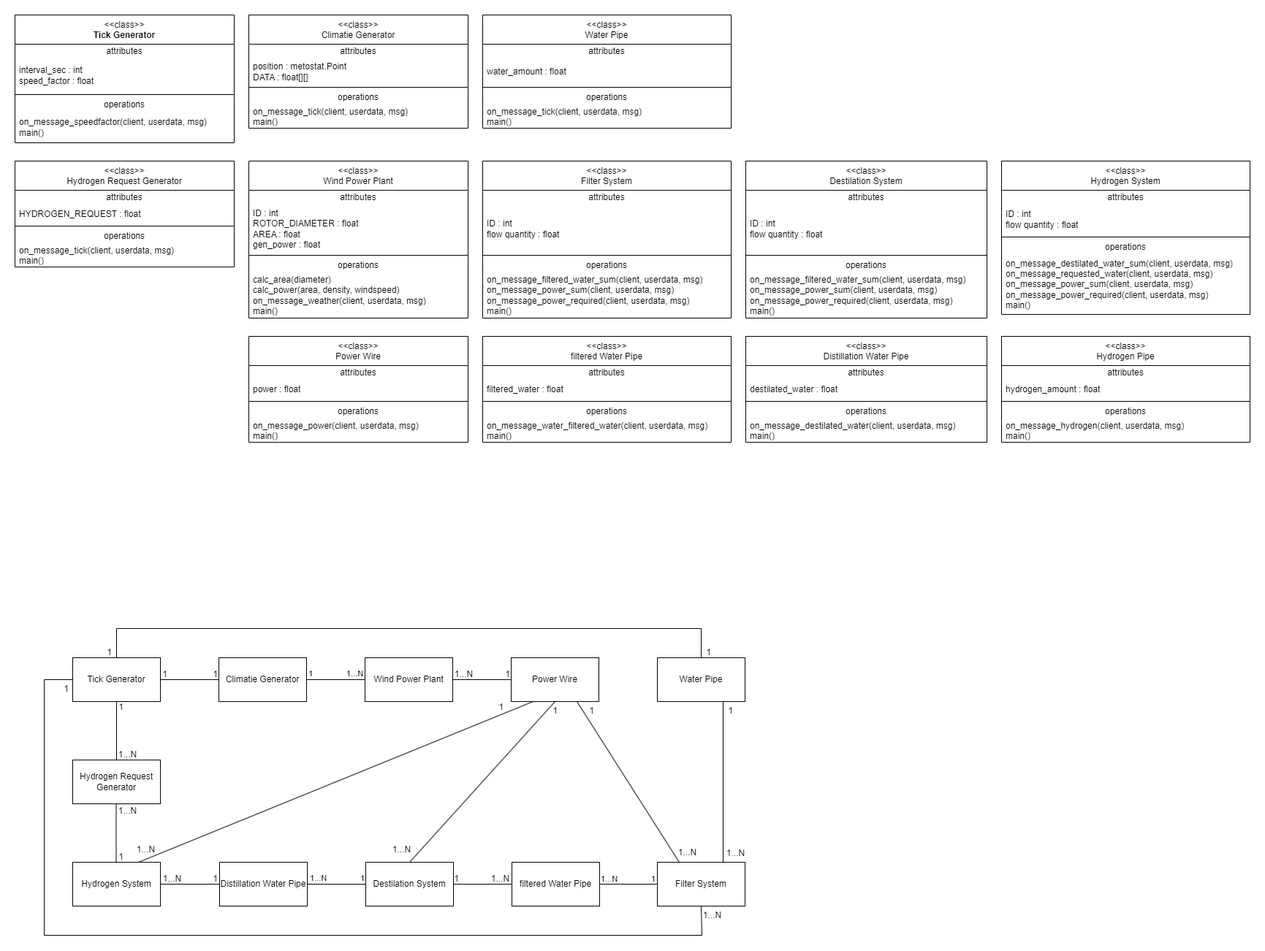
Above: docs/Hydrogen_Information_Diagramm_v1.png in tommyx5/WasserstoffCPSP (draw.io), before the change. Source tidied: cells renumbered, new cells last; positions are measured from the earlier drawing's top-left corner, leaving out a move shared by most shapes.
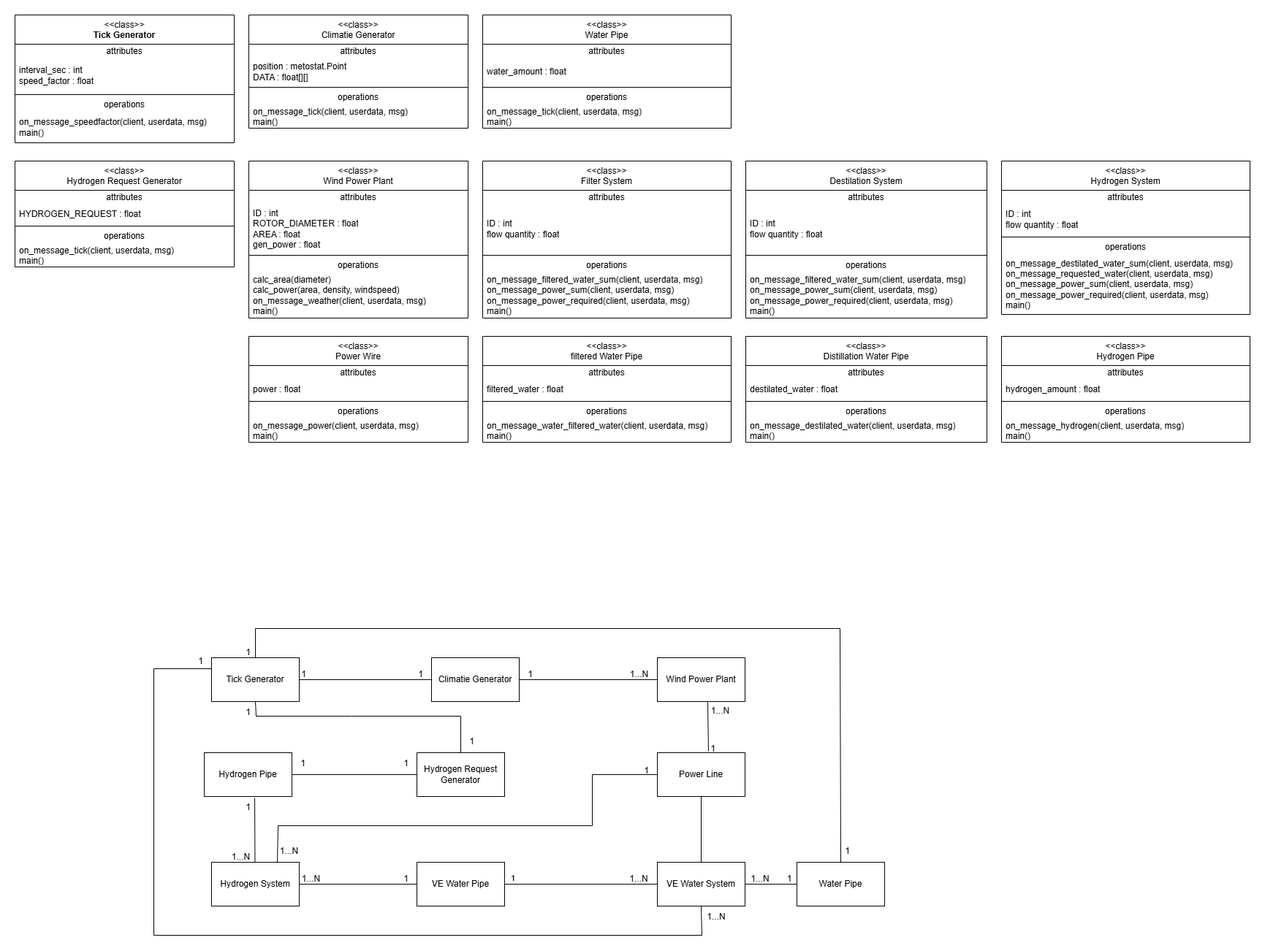
After the change.

Change to the diagram source:
```diff
@@ -201,84 +201,69 @@
       <mxGeometry y="128" width="340" height="82" as="geometry" />
     </mxCell>
     <mxCell id="68" value="Tick Generator" style="rounded=0;whiteSpace=wrap;html=1;" parent="1" vertex="1">
-      <mxGeometry x="79" y="880" width="120" height="60" as="geometry" />
+      <mxGeometry x="269" y="880" width="120" height="60" as="geometry" />
     </mxCell>
     <mxCell id="69" value="Climatie Generator" style="rounded=0;whiteSpace=wrap;html=1;" parent="1" vertex="1">
-      <mxGeometry x="279" y="880" width="120" height="60" as="geometry" />
+      <mxGeometry x="570" y="880" width="120" height="60" as="geometry" />
     </mxCell>
     <mxCell id="70" value="Hydrogen Request Generator" style="rounded=0;whiteSpace=wrap;html=1;" parent="1" vertex="1">
-      <mxGeometry x="79" y="1020" width="120" height="60" as="geometry" />
+      <mxGeometry x="550" y="1010" width="120" height="60" as="geometry" />
     </mxCell>
-    <mxCell id="71" value="Power Wire" style="rounded=0;whiteSpace=wrap;html=1;" parent="1" vertex="1">
-      <mxGeometry x="679" y="880" width="120" height="60" as="geometry" />
+    <mxCell id="71" value="Power Line" style="rounded=0;whiteSpace=wrap;html=1;" parent="1" vertex="1">
+      <mxGeometry x="879" y="1010" width="120" height="60" as="geometry" />
     </mxCell>
     <mxCell id="72" value="Wind Power Plant" style="rounded=0;whiteSpace=wrap;html=1;" parent="1" vertex="1">
-      <mxGeometry x="479" y="880" width="120" height="60" as="geometry" />
+      <mxGeometry x="879" y="880" width="120" height="60" as="geometry" />
     </mxCell>
     <mxCell id="73" value="Hydrogen System" style="rounded=0;whiteSpace=wrap;html=1;" parent="1" vertex="1">
-      <mxGeometry x="79" y="1160" width="120" height="60" as="geometry" />
+      <mxGeometry x="269" y="1160" width="120" height="60" as="geometry" />
     </mxCell>
     <mxCell id="74" style="endArrow=none;html=1;rounded=0;exitX=1;exitY=0.5;exitDx=0;exitDy=0;entryX=0;entryY=0.5;entryDx=0;entryDy=0;" parent="1" edge="1" source="68" target="69">
       <mxGeometry relative="1" as="geometry" />
     </mxCell>
     <mxCell id="75" value="1" style="text;html=1;align=center;verticalAlign=middle;strokeColor=none;fillColor=none;" parent="1" vertex="1">
-      <mxGeometry x="190" y="888" width="30" height="30" as="geometry" />
+      <mxGeometry x="380" y="888" width="30" height="30" as="geometry" />
     </mxCell>
     <mxCell id="76" value="1" style="text;html=1;align=center;verticalAlign=middle;strokeColor=none;fillColor=none;" parent="1" vertex="1">
-      <mxGeometry x="259" y="888" width="30" height="30" as="geometry" />
+      <mxGeometry x="540" y="888" width="30" height="30" as="geometry" />
     </mxCell>
     <mxCell id="77" style="endArrow=none;html=1;rounded=0;exitX=0.5;exitY=1;exitDx=0;exitDy=0;entryX=0.5;entryY=0;entryDx=0;entryDy=0;" parent="1" edge="1" source="68" target="70">
-      <mxGeometry relative="1" as="geometry" />
+      <mxGeometry relative="1" as="geometry">
+        <Array as="points">
+          <mxPoint x="330" y="960" />
+          <mxPoint x="460" y="960" />
+          <mxPoint x="610" y="960" />
+        </Array>
+      </mxGeometry>
     </mxCell>
-    <mxCell id="78" style="endArrow=none;html=1;rounded=0;exitX=1;exitY=0.5;exitDx=0;exitDy=0;entryX=0;entryY=0.5;entryDx=0;entryDy=0;" parent="1" edge="1" source="69" target="72">
-      <mxGeometry relative="1" as="geometry" />
-    </mxCell>
-    <mxCell id="79" value="1&amp;nbsp; &amp;nbsp; &amp;nbsp; &amp;nbsp; &amp;nbsp; &amp;nbsp; &amp;nbsp; &amp;nbsp;1...N" style="edgeLabel;html=1;align=center;verticalAlign=bottom;" parent="78" vertex="1">
-      <mxGeometry x="-0.04" relative="1" as="geometry">
-        <mxPoint x="1" as="offset" />
-      </mxGeometry>
-    </mxCell>
-    <mxCell id="80" style="endArrow=none;html=1;rounded=0;exitX=1;exitY=0.5;exitDx=0;exitDy=0;entryX=0;entryY=0.5;entryDx=0;entryDy=0;" parent="1" edge="1">
-      <mxGeometry relative="1" as="geometry">
-        <mxPoint x="599" y="910" as="sourcePoint" />
-        <mxPoint x="679" y="910" as="targetPoint" />
-      </mxGeometry>
+    <mxCell id="80" style="endArrow=none;html=1;rounded=0;exitX=0.583;exitY=-0.033;exitDx=0;exitDy=0;entryX=0.575;entryY=1.017;entryDx=0;entryDy=0;entryPerimeter=0;exitPerimeter=0;" parent="1" edge="1" source="71" target="72">
+      <mxGeometry relative="1" as="geometry" />
     </mxCell>
-    <mxCell id="81" value="1...N" style="text;html=1;align=center;verticalAlign=middle;strokeColor=none;fillColor=none;" parent="1" vertex="1">
-      <mxGeometry x="589" y="888" width="50" height="30" as="geometry" />
-    </mxCell>
     <mxCell id="82" value="1" style="text;html=1;align=center;verticalAlign=middle;strokeColor=none;fillColor=none;" parent="1" vertex="1">
-      <mxGeometry x="659" y="888" width="30" height="30" as="geometry" />
+      <mxGeometry x="849" y="1020" width="30" height="30" as="geometry" />
     </mxCell>
-    <mxCell id="83" style="endArrow=none;html=1;rounded=0;exitX=0.5;exitY=1;exitDx=0;exitDy=0;entryX=0.5;entryY=0;entryDx=0;entryDy=0;" parent="1" edge="1">
+    <mxCell id="83" style="endArrow=none;html=1;rounded=0;exitX=0.575;exitY=1.033;exitDx=0;exitDy=0;entryX=0.5;entryY=0;entryDx=0;entryDy=0;exitPerimeter=0;" parent="1" edge="1" source="133">
       <mxGeometry relative="1" as="geometry">
-        <mxPoint x="138.5" y="1080" as="sourcePoint" />
-        <mxPoint x="138.5" y="1160" as="targetPoint" />
+        <mxPoint x="328.5" y="1160" as="targetPoint" />
       </mxGeometry>
     </mxCell>
     <mxCell id="84" value="1" style="text;html=1;align=center;verticalAlign=middle;strokeColor=none;fillColor=none;" parent="1" vertex="1">
-      <mxGeometry x="130" y="933" width="30" height="30" as="geometry" />
+      <mxGeometry x="610" y="980" width="30" height="30" as="geometry" />
     </mxCell>
-    <mxCell id="85" value="1...N" style="text;html=1;align=center;verticalAlign=middle;strokeColor=none;fillColor=none;" parent="1" vertex="1">
-      <mxGeometry x="129" y="998" width="50" height="30" as="geometry" />
+    <mxCell id="85" value="1" style="text;html=1;align=center;verticalAlign=middle;strokeColor=none;fillColor=none;" parent="1" vertex="1">
+      <mxGeometry x="304" y="940" width="30" height="30" as="geometry" />
     </mxCell>
-    <mxCell id="86" value="1...N" style="text;html=1;align=center;verticalAlign=middle;strokeColor=none;fillColor=none;" parent="1" vertex="1">
-      <mxGeometry x="129" y="1075" width="50" height="30" as="geometry" />
+    <mxCell id="86" value="1" style="text;html=1;align=center;verticalAlign=middle;strokeColor=none;fillColor=none;" parent="1" vertex="1">
+      <mxGeometry x="304" y="1070" width="30" height="30" as="geometry" />
     </mxCell>
-    <mxCell id="87" value="1" style="text;html=1;align=center;verticalAlign=middle;strokeColor=none;fillColor=none;" parent="1" vertex="1">
-      <mxGeometry x="130" y="1138" width="30" height="30" as="geometry" />
+    <mxCell id="87" value="1...N" style="text;html=1;align=center;verticalAlign=middle;strokeColor=none;fillColor=none;" parent="1" vertex="1">
+      <mxGeometry x="284" y="1138" width="50" height="30" as="geometry" />
     </mxCell>
-    <mxCell id="88" value="Filter System" style="rounded=0;whiteSpace=wrap;html=1;" parent="1" vertex="1">
-      <mxGeometry x="879" y="1160" width="120" height="60" as="geometry" />
-    </mxCell>
-    <mxCell id="89" value="filtered Water Pipe" style="rounded=0;whiteSpace=wrap;html=1;" parent="1" vertex="1">
-      <mxGeometry x="680" y="1160" width="120" height="60" as="geometry" />
-    </mxCell>
-    <mxCell id="90" value="Distillation Water Pipe" style="rounded=0;whiteSpace=wrap;html=1;" parent="1" vertex="1">
-      <mxGeometry x="280" y="1160" width="120" height="60" as="geometry" />
+    <mxCell id="90" value="VE Water Pipe" style="rounded=0;whiteSpace=wrap;html=1;" parent="1" vertex="1">
+      <mxGeometry x="550" y="1160" width="120" height="60" as="geometry" />
     </mxCell>
-    <mxCell id="91" value="Destilation System" style="rounded=0;whiteSpace=wrap;html=1;" parent="1" vertex="1">
-      <mxGeometry x="480" y="1160" width="120" height="60" as="geometry" />
+    <mxCell id="91" value="VE Water System" style="rounded=0;whiteSpace=wrap;html=1;" parent="1" vertex="1">
+      <mxGeometry x="879" y="1160" width="120" height="60" as="geometry" />
     </mxCell>
     <mxCell id="92" style="endArrow=none;html=1;rounded=0;exitX=1;exitY=0.5;exitDx=0;exitDy=0;entryX=0;entryY=0.5;entryDx=0;entryDy=0;" parent="1" edge="1" source="73" target="90">
       <mxGeometry relative="1" as="geometry" />
@@ -286,59 +271,41 @@
     <mxCell id="93" style="endArrow=none;html=1;rounded=0;exitX=1;exitY=0.5;exitDx=0;exitDy=0;entryX=0;entryY=0.5;entryDx=0;entryDy=0;" parent="1" edge="1" source="90" target="91">
       <mxGeometry relative="1" as="geometry" />
     </mxCell>
-    <mxCell id="94" value="1...N&amp;nbsp; &amp;nbsp; &amp;nbsp; &amp;nbsp; &amp;nbsp; &amp;nbsp; &amp;nbsp; &amp;nbsp;1" style="edgeLabel;html=1;align=center;verticalAlign=bottom;" parent="93" vertex="1">
+    <mxCell id="94" value="&amp;nbsp;1" style="edgeLabel;html=1;align=center;verticalAlign=bottom;" parent="93" vertex="1">
       <mxGeometry x="0.5" relative="1" as="geometry">
-        <mxPoint x="-20" as="offset" />
+        <mxPoint x="-147" as="offset" />
       </mxGeometry>
     </mxCell>
-    <mxCell id="95" style="endArrow=none;html=1;rounded=0;exitX=1;exitY=0.5;exitDx=0;exitDy=0;entryX=0;entryY=0.5;entryDx=0;entryDy=0;" parent="1" edge="1" source="91" target="89">
-      <mxGeometry relative="1" as="geometry" />
-    </mxCell>
     <mxCell id="96" value="1...N" style="text;html=1;align=center;verticalAlign=middle;strokeColor=none;fillColor=none;" parent="1" vertex="1">
-      <mxGeometry x="190" y="1168" width="50" height="30" as="geometry" />
+      <mxGeometry x="380" y="1168" width="50" height="30" as="geometry" />
     </mxCell>
     <mxCell id="97" value="1" style="text;html=1;align=center;verticalAlign=middle;strokeColor=none;fillColor=none;" parent="1" vertex="1">
-      <mxGeometry x="259" y="1168" width="30" height="30" as="geometry" />
+      <mxGeometry x="520" y="1168" width="30" height="30" as="geometry" />
     </mxCell>
-    <mxCell id="98" style="endArrow=none;html=1;rounded=0;entryX=0;entryY=0.5;entryDx=0;entryDy=0;exitX=1;exitY=0.5;exitDx=0;exitDy=0;" parent="1" edge="1" source="89" target="88">
-      <mxGeometry relative="1" as="geometry" />
-    </mxCell>
-    <mxCell id="99" value="1...N&amp;nbsp; &amp;nbsp; &amp;nbsp; &amp;nbsp; &amp;nbsp; &amp;nbsp; &amp;nbsp; &amp;nbsp;1" style="edgeLabel;html=1;align=center;verticalAlign=bottom;" parent="98" vertex="1">
-      <mxGeometry x="-0.04" y="-1" relative="1" as="geometry" />
-    </mxCell>
-    <mxCell id="100" style="endArrow=none;html=1;rounded=0;entryX=0.75;entryY=1;entryDx=0;entryDy=0;exitX=0.25;exitY=0;exitDx=0;exitDy=0;" parent="1" edge="1" source="88" target="71">
-      <mxGeometry relative="1" as="geometry" />
-    </mxCell>
     <mxCell id="101" style="endArrow=none;html=1;rounded=0;entryX=0.5;entryY=1;entryDx=0;entryDy=0;exitX=0.5;exitY=0;exitDx=0;exitDy=0;" parent="1" edge="1" source="91" target="71">
       <mxGeometry relative="1" as="geometry" />
     </mxCell>
-    <mxCell id="102" style="endArrow=none;html=1;rounded=0;entryX=0.25;entryY=1;entryDx=0;entryDy=0;exitX=0.75;exitY=0;exitDx=0;exitDy=0;" parent="1" edge="1" source="73" target="71">
-      <mxGeometry relative="1" as="geometry" />
+    <mxCell id="102" style="endArrow=none;html=1;rounded=0;entryX=0;entryY=0.5;entryDx=0;entryDy=0;exitX=0.75;exitY=0;exitDx=0;exitDy=0;" parent="1" edge="1" source="73" target="71">
+      <mxGeometry relative="1" as="geometry">
+        <Array as="points">
+          <mxPoint x="360" y="1110" />
+          <mxPoint x="790" y="1110" />
+          <mxPoint x="790" y="1040" />
+        </Array>
+      </mxGeometry>
     </mxCell>
     <mxCell id="103" value="1...N" style="text;html=1;align=center;verticalAlign=middle;strokeColor=none;fillColor=none;" parent="1" vertex="1">
-      <mxGeometry x="154" y="1128" width="50" height="30" as="geometry" />
+      <mxGeometry x="350" y="1130" width="50" height="30" as="geometry" />
     </mxCell>
     <mxCell id="104" value="1" style="text;html=1;align=center;verticalAlign=middle;strokeColor=none;fillColor=none;" parent="1" vertex="1">
-      <mxGeometry x="650" y="933" width="30" height="30" as="geometry" />
+      <mxGeometry x="690" y="888" width="30" height="30" as="geometry" />
     </mxCell>
     <mxCell id="105" value="1...N" style="text;html=1;align=center;verticalAlign=middle;strokeColor=none;fillColor=none;" parent="1" vertex="1">
-      <mxGeometry x="504" y="1128" width="50" height="30" as="geometry" />
+      <mxGeometry x="829" y="888" width="50" height="30" as="geometry" />
     </mxCell>
-    <mxCell id="106" value="1...N" style="text;html=1;align=center;verticalAlign=middle;strokeColor=none;fillColor=none;" parent="1" vertex="1">
-      <mxGeometry x="895" y="1132" width="50" height="30" as="geometry" />
-    </mxCell>
     <mxCell id="107" value="1" style="text;html=1;align=center;verticalAlign=middle;strokeColor=none;fillColor=none;" parent="1" vertex="1">
-      <mxGeometry x="724" y="938" width="30" height="30" as="geometry" />
+      <mxGeometry x="940" y="990" width="30" height="30" as="geometry" />
     </mxCell>
-    <mxCell id="108" value="1" style="text;html=1;align=center;verticalAlign=middle;strokeColor=none;fillColor=none;" parent="1" vertex="1">
-      <mxGeometry x="774" y="938" width="30" height="30" as="geometry" />
-    </mxCell>
-    <mxCell id="109" value="1...N" style="text;html=1;align=center;verticalAlign=middle;strokeColor=none;fillColor=none;" parent="1" vertex="1">
-      <mxGeometry x="639" y="1168" width="50" height="30" as="geometry" />
-    </mxCell>
-    <mxCell id="110" value="1" style="text;html=1;align=center;verticalAlign=middle;strokeColor=none;fillColor=none;" parent="1" vertex="1">
-      <mxGeometry x="589" y="1168" width="30" height="30" as="geometry" />
-    </mxCell>
     <mxCell id="111" value="&amp;lt;&amp;lt;class&amp;gt;&amp;gt;&lt;br&gt;Water Pipe" style="swimlane;fontStyle=0;align=center;verticalAlign=top;horizontal=1;startSize=40;html=1;whiteSpace=wrap;" parent="1" vertex="1">
       <mxGeometry x="640" width="340" height="155" as="geometry" />
     </mxCell>
@@ -358,45 +325,66 @@
       <mxGeometry y="123" width="340" height="32" as="geometry" />
     </mxCell>
     <mxCell id="117" value="Water Pipe" style="rounded=0;whiteSpace=wrap;html=1;" parent="1" vertex="1">
-      <mxGeometry x="879" y="880" width="120" height="60" as="geometry" />
+      <mxGeometry x="1070" y="1160" width="120" height="60" as="geometry" />
     </mxCell>
-    <mxCell id="118" style="endArrow=none;html=1;rounded=0;entryX=0.75;entryY=1;entryDx=0;entryDy=0;exitX=0.75;exitY=0;exitDx=0;exitDy=0;" parent="1" edge="1" source="88" target="117">
-      <mxGeometry relative="1" as="geometry" />
-    </mxCell>
-    <mxCell id="119" value="1" style="text;html=1;align=center;verticalAlign=middle;strokeColor=none;fillColor=none;" parent="1" vertex="1">
-      <mxGeometry x="964" y="938" width="30" height="30" as="geometry" />
+    <mxCell id="119" value="1...N" style="text;html=1;align=center;verticalAlign=middle;strokeColor=none;fillColor=none;" parent="1" vertex="1">
+      <mxGeometry x="940" y="938" width="50" height="30" as="geometry" />
     </mxCell>
-    <mxCell id="120" value="1...N" style="text;html=1;align=center;verticalAlign=middle;strokeColor=none;fillColor=none;" parent="1" vertex="1">
-      <mxGeometry x="961" y="1133" width="50" height="30" as="geometry" />
-    </mxCell>
     <mxCell id="121" style="endArrow=none;html=1;rounded=0;exitX=0.5;exitY=0;exitDx=0;exitDy=0;entryX=0.5;entryY=0;entryDx=0;entryDy=0;" parent="1" edge="1" source="68" target="117">
       <mxGeometry relative="1" as="geometry">
         <Array as="points">
-          <mxPoint x="139" y="840" />
-          <mxPoint x="939" y="840" />
+          <mxPoint x="329" y="840" />
+          <mxPoint x="1129" y="840" />
         </Array>
       </mxGeometry>
     </mxCell>
     <mxCell id="122" value="1" style="text;html=1;align=center;verticalAlign=middle;strokeColor=none;fillColor=none;" parent="1" vertex="1">
-      <mxGeometry x="114" y="858" width="30" height="30" as="geometry" />
+      <mxGeometry x="304" y="858" width="30" height="30" as="geometry" />
     </mxCell>
     <mxCell id="123" value="1" style="text;html=1;align=center;verticalAlign=middle;strokeColor=none;fillColor=none;" parent="1" vertex="1">
-      <mxGeometry x="934" y="858" width="30" height="30" as="geometry" />
+      <mxGeometry x="1124" y="1130" width="30" height="30" as="geometry" />
     </mxCell>
-    <mxCell id="124" style="endArrow=none;html=1;rounded=0;entryX=0.5;entryY=1;entryDx=0;entryDy=0;exitX=0;exitY=0.5;exitDx=0;exitDy=0;" parent="1" edge="1" source="68" target="88">
-      <mxGeometry relative="1" as="geometry">
-        <Array as="points">
-          <mxPoint x="40" y="910" />
-          <mxPoint x="40" y="1260" />
-          <mxPoint x="940" y="1260" />
-        </Array>
-      </mxGeometry>
-    </mxCell>
     <mxCell id="125" value="1" style="text;html=1;align=center;verticalAlign=middle;strokeColor=none;fillColor=none;" parent="1" vertex="1">
-      <mxGeometry x="55" y="908" width="30" height="30" as="geometry" />
+      <mxGeometry x="239" y="870" width="30" height="30" as="geometry" />
     </mxCell>
-    <mxCell id="126" value="1...N" style="text;html=1;align=center;verticalAlign=middle;strokeColor=none;fillColor=none;" parent="1" vertex="1">
-      <mxGeometry x="929" y="1218" width="50" height="30" as="geometry" />
-    </mxCell>
+    <mxCell id="78" style="endArrow=none;html=1;rounded=0;entryX=0;entryY=0.5;entryDx=0;entryDy=0;exitX=1;exitY=0.5;exitDx=0;exitDy=0;" parent="1" edge="1" source="69" target="72">
+      <mxGeometry relative="1" as="geometry" />
+    </mxCell>
+    <mxCell id="127" value="1...N" style="text;html=1;align=center;verticalAlign=middle;whiteSpace=wrap;rounded=0;" parent="1" vertex="1">
+      <mxGeometry x="824" y="1168" width="60" height="30" as="geometry" />
+    </mxCell>
+    <mxCell id="128" style="endArrow=none;html=1;rounded=0;entryX=0;entryY=0.5;entryDx=0;entryDy=0;exitX=1;exitY=0.5;exitDx=0;exitDy=0;" parent="1" edge="1" source="91" target="117">
+      <mxGeometry relative="1" as="geometry" />
+    </mxCell>
+    <mxCell id="129" style="endArrow=none;html=1;rounded=0;entryX=0.5;entryY=1;entryDx=0;entryDy=0;exitX=0;exitY=0.25;exitDx=0;exitDy=0;" parent="1" edge="1" source="68" target="91">
+      <mxGeometry relative="1" as="geometry">
+        <Array as="points">
+          <mxPoint x="190" y="895" />
+          <mxPoint x="190" y="1260" />
+          <mxPoint x="940" y="1260" />
+        </Array>
+      </mxGeometry>
+    </mxCell>
+    <mxCell id="130" value="1...N" style="text;html=1;align=center;verticalAlign=middle;whiteSpace=wrap;rounded=0;" parent="1" vertex="1">
+      <mxGeometry x="930" y="1220" width="60" height="30" as="geometry" />
+    </mxCell>
+    <mxCell id="131" value="1...N" style="text;html=1;align=center;verticalAlign=middle;whiteSpace=wrap;rounded=0;" parent="1" vertex="1">
+      <mxGeometry x="990" y="1168" width="60" height="30" as="geometry" />
+    </mxCell>
+    <mxCell id="132" value="1" style="text;html=1;align=center;verticalAlign=middle;whiteSpace=wrap;rounded=0;" parent="1" vertex="1">
+      <mxGeometry x="1030" y="1168" width="60" height="30" as="geometry" />
+    </mxCell>
+    <mxCell id="133" value="Hydrogen Pipe" style="rounded=0;whiteSpace=wrap;html=1;" parent="1" vertex="1">
+      <mxGeometry x="259" y="1010" width="120" height="60" as="geometry" />
+    </mxCell>
+    <mxCell id="134" style="endArrow=none;html=1;rounded=0;entryX=0;entryY=0.5;entryDx=0;entryDy=0;exitX=1;exitY=0.5;exitDx=0;exitDy=0;" parent="1" edge="1" source="133" target="70">
+      <mxGeometry relative="1" as="geometry" />
+    </mxCell>
+    <mxCell id="135" value="1" style="text;html=1;align=center;verticalAlign=middle;strokeColor=none;fillColor=none;" parent="1" vertex="1">
+      <mxGeometry x="379" y="1010" width="30" height="30" as="geometry" />
+    </mxCell>
+    <mxCell id="136" value="1" style="text;html=1;align=center;verticalAlign=middle;strokeColor=none;fillColor=none;" parent="1" vertex="1">
+      <mxGeometry x="520" y="1010" width="30" height="30" as="geometry" />
+    </mxCell>
   </root>
 </mxGraphModel>
```
